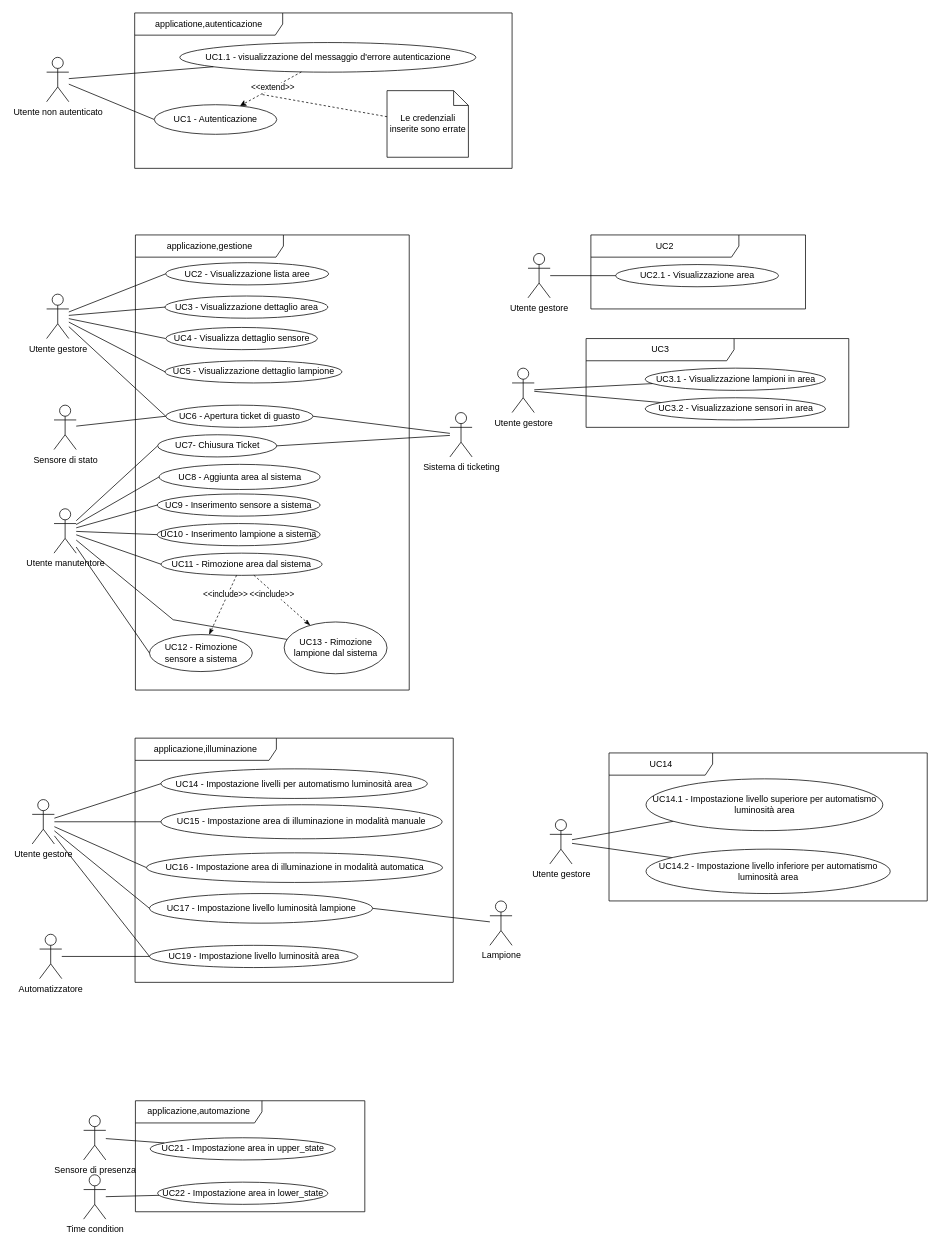
Above: page "OK" (1 of 8) of casi_uso_grafici.drawio in SWEasabi/analisi-dei-requisiti (draw.io), before the change. Source tidied: cells renumbered, new cells numbered last; positions are measured from the earlier drawing's top-left corner, leaving out a move shared by most shapes. Both pictures are drawn from the tidied source at 74%, with x=0, y=0 at pixel (32, 13).
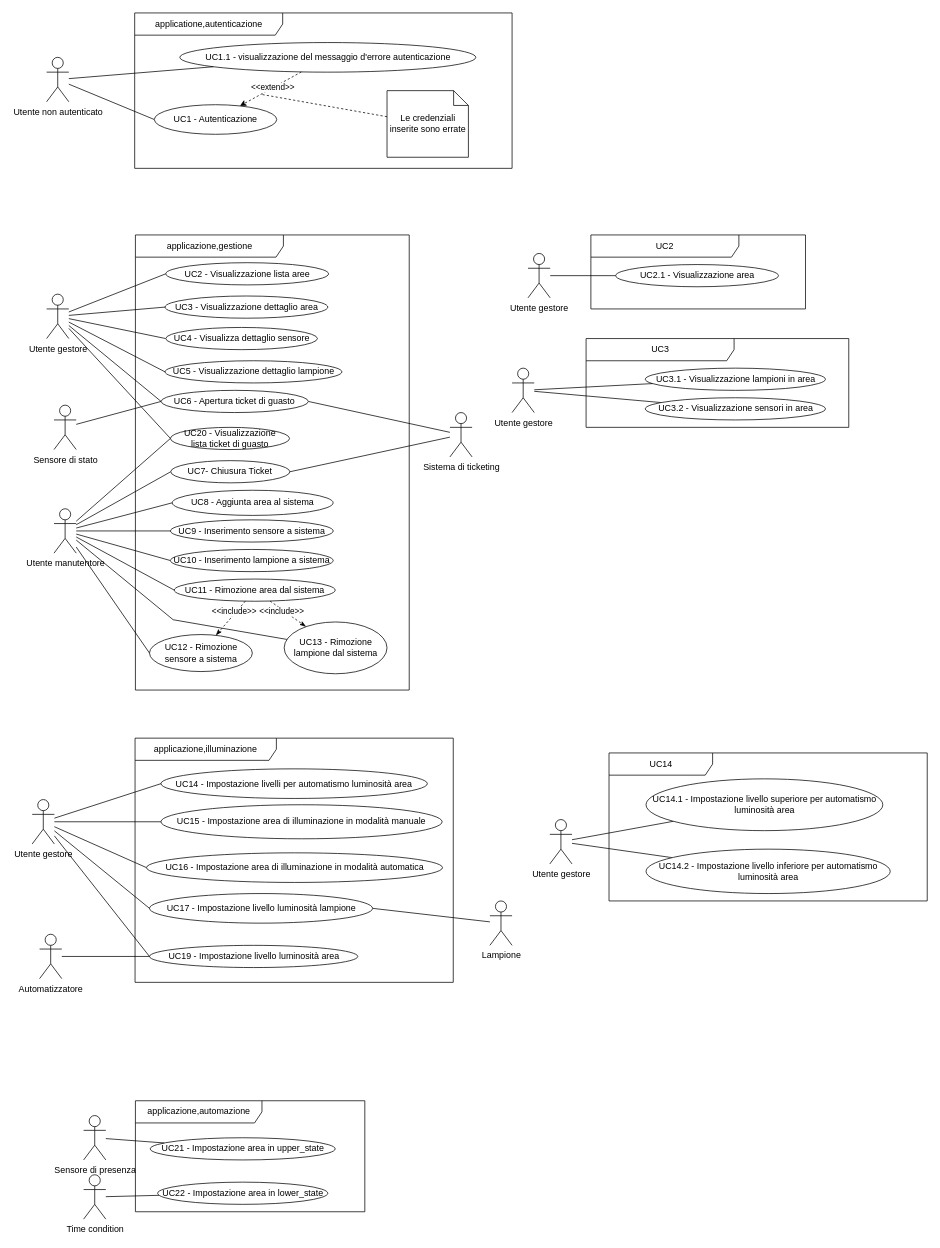
The same page after the edit.

Commit message:
Modificato draw.io e aggiunto uc20 - visualizzazione lista ticket di guasto

Unchanged cells that the change refers to:
```xml
<mxCell id="16" value="Utente gestore" style="shape=umlActor;verticalLabelPosition=bottom;verticalAlign=top;html=1;outlineConnect=0;gradientColor=none;" parent="1" vertex="1">
  <mxGeometry x="19.5" y="380" width="30" height="60" as="geometry" />
</mxCell>
<mxCell id="56" value="Utente manutentore" style="shape=umlActor;verticalLabelPosition=bottom;verticalAlign=top;html=1;outlineConnect=0;gradientColor=none;" parent="1" vertex="1">
  <mxGeometry x="29.5" y="670" width="30" height="60" as="geometry" />
</mxCell>
```

What changed in the source:
```diff
@@
     <mxCell id="48" value="UC6 - Apertura ticket di guasto" style="ellipse;whiteSpace=wrap;html=1;" parent="1" vertex="1">
-      <mxGeometry x="180.5" y="530" width="199" height="30" as="geometry" />
+      <mxGeometry x="174.2" y="510" width="199" height="30" as="geometry" />
     </mxCell>
@@
     <mxCell id="53" value="UC10 - Inserimento lampione a sistema" style="ellipse;whiteSpace=wrap;html=1;" parent="1" vertex="1">
-      <mxGeometry x="169" y="690" width="220" height="30" as="geometry" />
+      <mxGeometry x="186.8" y="725" width="220" height="30" as="geometry" />
     </mxCell>
@@
     <mxCell id="57" value="UC7- Chiusura Ticket" style="ellipse;whiteSpace=wrap;html=1;" parent="1" vertex="1">
-      <mxGeometry x="169.5" y="570" width="161" height="30" as="geometry" />
+      <mxGeometry x="187.2" y="605" width="161" height="30" as="geometry" />
     </mxCell>
     <mxCell id="58" value="UC9 - Inserimento sensore a sistema" style="ellipse;whiteSpace=wrap;html=1;" parent="1" vertex="1">
-      <mxGeometry x="169" y="650" width="220" height="30" as="geometry" />
+      <mxGeometry x="186.8" y="685" width="220" height="30" as="geometry" />
     </mxCell>
@@
     <mxCell id="61" value="UC8 - Aggiunta area al sistema" style="ellipse;whiteSpace=wrap;html=1;" parent="1" vertex="1">
-      <mxGeometry x="171.5" y="610" width="217.5" height="34" as="geometry" />
+      <mxGeometry x="189.2" y="645" width="217.5" height="34" as="geometry" />
     </mxCell>
@@
     <mxCell id="63" value="UC11 - Rimozione area dal sistema" style="ellipse;whiteSpace=wrap;html=1;" parent="1" vertex="1">
-      <mxGeometry x="174.2" y="730" width="217.5" height="30" as="geometry" />
+      <mxGeometry x="192" y="765" width="217.5" height="30" as="geometry" />
     </mxCell>
@@
+    <mxCell id="87" value="UC20 - Visualizzazione lista&amp;nbsp;ticket di guasto" style="ellipse;whiteSpace=wrap;html=1;" parent="1" vertex="1">
+      <mxGeometry x="186.8" y="560" width="161" height="30" as="geometry" />
+    </mxCell>
+    <mxCell id="88" style="edgeStyle=none;rounded=0;jettySize=auto;html=1;startArrow=none;startFill=0;endArrow=none;endFill=0;entryX=0;entryY=0.5;entryDx=0;entryDy=0;" parent="1" edge="1" source="16" target="87">
+      <mxGeometry relative="1" as="geometry" />
+    </mxCell>
+    <mxCell id="89" style="edgeStyle=none;rounded=0;jettySize=auto;html=1;startArrow=none;startFill=0;endArrow=none;endFill=0;entryX=0;entryY=0.5;entryDx=0;entryDy=0;" parent="1" edge="1" source="56" target="87">
+      <mxGeometry relative="1" as="geometry" />
+    </mxCell>
```
